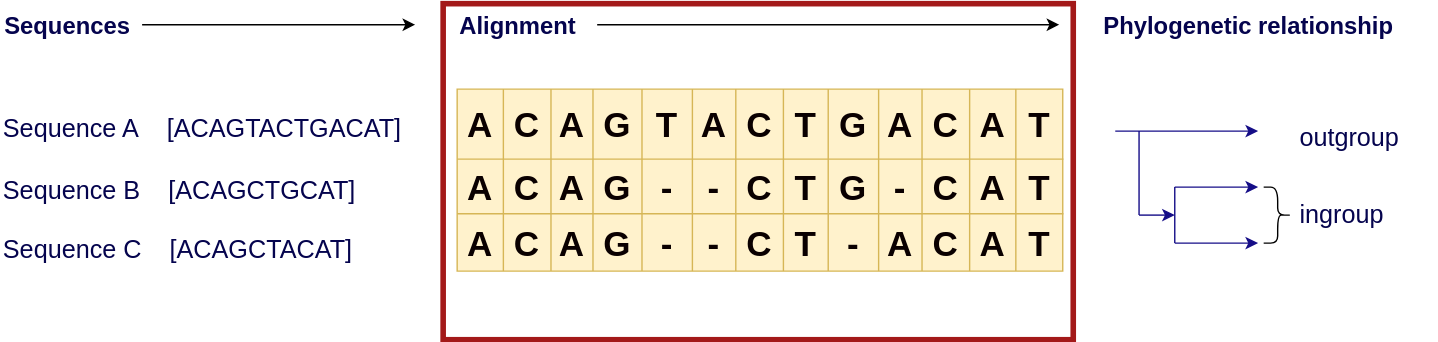
Before: images/3alignment_alignment.drawio.svg, a diagram exported from draw.io (khiron/dBGAlignSlides). Source tidied: cells renumbered, new cells last; positions are measured from the earlier drawing's top-left corner, leaving out a move shared by most shapes.
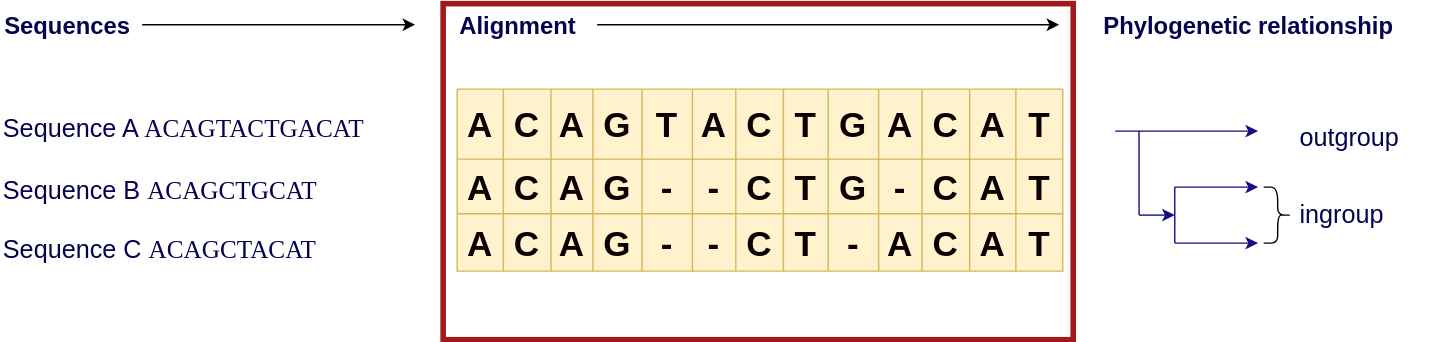
After the change.

Change to the diagram source:
```diff
@@ -145,15 +145,6 @@
     <mxCell id="48" value="&lt;b&gt;Alignment&lt;/b&gt;" style="text;html=1;align=left;verticalAlign=top;whiteSpace=wrap;rounded=0;fontColor=#05044e;fontSize=17;labelPosition=center;verticalLabelPosition=middle;" parent="1" vertex="1">
       <mxGeometry x="326" width="100" height="30" as="geometry" />
     </mxCell>
-    <mxCell id="49" value="Sequence A&amp;nbsp; &amp;nbsp; [ACAGTACTGACAT]" style="text;html=1;align=left;verticalAlign=middle;whiteSpace=wrap;rounded=0;fontSize=18;fontStyle=0;labelPosition=center;verticalLabelPosition=middle;fontColor=#05044e;" parent="1" vertex="1">
-      <mxGeometry y="75" width="296" height="30" as="geometry" />
-    </mxCell>
-    <mxCell id="50" value="Sequence B&amp;nbsp; &amp;nbsp; [ACAGCTGCAT]" style="text;html=1;align=left;verticalAlign=middle;whiteSpace=wrap;rounded=0;fontSize=18;fontStyle=0;labelPosition=center;verticalLabelPosition=middle;fontColor=#05044e;" parent="1" vertex="1">
-      <mxGeometry y="116" width="296" height="35" as="geometry" />
-    </mxCell>
-    <mxCell id="51" value="Sequence C&amp;nbsp; &amp;nbsp; [ACAGCTACAT]" style="text;html=1;align=left;verticalAlign=middle;whiteSpace=wrap;rounded=0;fontSize=18;fontStyle=0;labelPosition=center;verticalLabelPosition=middle;fontColor=#05044e;" parent="1" vertex="1">
-      <mxGeometry y="160" width="296" height="31" as="geometry" />
-    </mxCell>
     <mxCell id="52" style="edgeStyle=none;html=1;" parent="1" edge="1" source="53">
       <mxGeometry relative="1" as="geometry">
         <mxPoint x="296" y="15" as="targetPoint" />
@@ -219,5 +210,14 @@
         <mxPoint as="targetPoint" />
       </mxGeometry>
     </mxCell>
+    <mxCell id="64" value="Sequence A&amp;nbsp; &amp;nbsp; &lt;font face=&quot;Lucida Console&quot;&gt;ACAGTACTGACAT&lt;/font&gt;" style="text;html=1;align=left;verticalAlign=middle;whiteSpace=wrap;rounded=0;fontSize=18;fontStyle=0;labelPosition=center;verticalLabelPosition=middle;fontColor=#05044e;" parent="1" vertex="1">
+      <mxGeometry y="75" width="296" height="30" as="geometry" />
+    </mxCell>
+    <mxCell id="65" value="Sequence B&amp;nbsp; &amp;nbsp; &lt;font face=&quot;Lucida Console&quot;&gt;ACAGCTGCAT&lt;/font&gt;" style="text;html=1;align=left;verticalAlign=middle;whiteSpace=wrap;rounded=0;fontSize=18;fontStyle=0;labelPosition=center;verticalLabelPosition=middle;fontColor=#05044e;" parent="1" vertex="1">
+      <mxGeometry y="116" width="296" height="35" as="geometry" />
+    </mxCell>
+    <mxCell id="66" value="Sequence C&amp;nbsp; &amp;nbsp; &lt;font face=&quot;Lucida Console&quot;&gt;ACAGCTACAT&lt;/font&gt;" style="text;html=1;align=left;verticalAlign=middle;whiteSpace=wrap;rounded=0;fontSize=18;fontStyle=0;labelPosition=center;verticalLabelPosition=middle;fontColor=#05044e;" parent="1" vertex="1">
+      <mxGeometry y="160" width="296" height="31" as="geometry" />
+    </mxCell>
   </root>
 </mxGraphModel>
```
